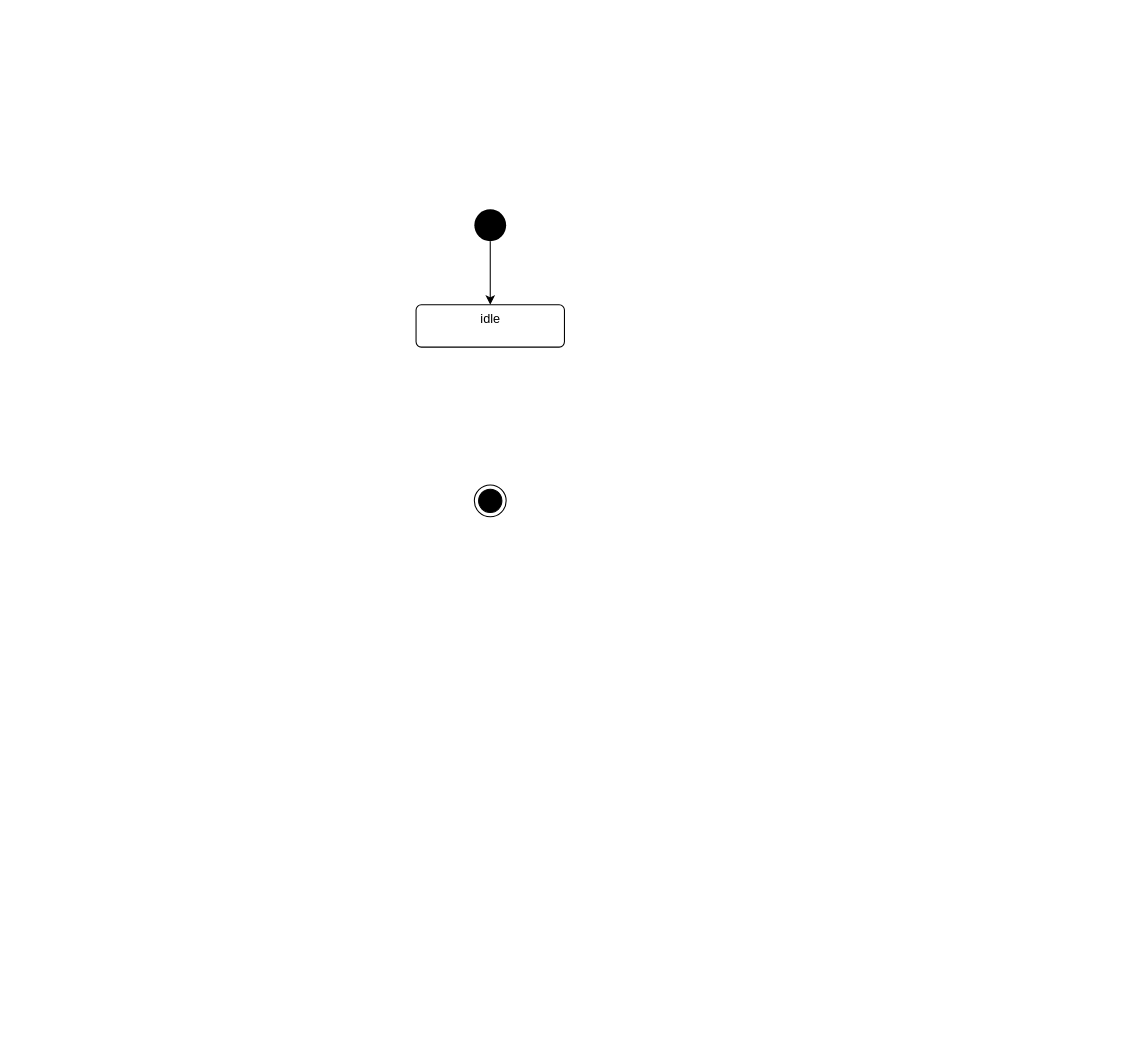
This is page "状态机" (5 of 5) of Design/design.drawio from HZC-AND/LORA_WLAN, a draw.io file, before an edit. Source tidied: cells renumbered, new cells numbered last; positions are measured from the earlier drawing's top-left corner, leaving out a move shared by most shapes. Both pictures are drawn from the tidied source at 106%, with x=0, y=0 at pixel (416, 209).
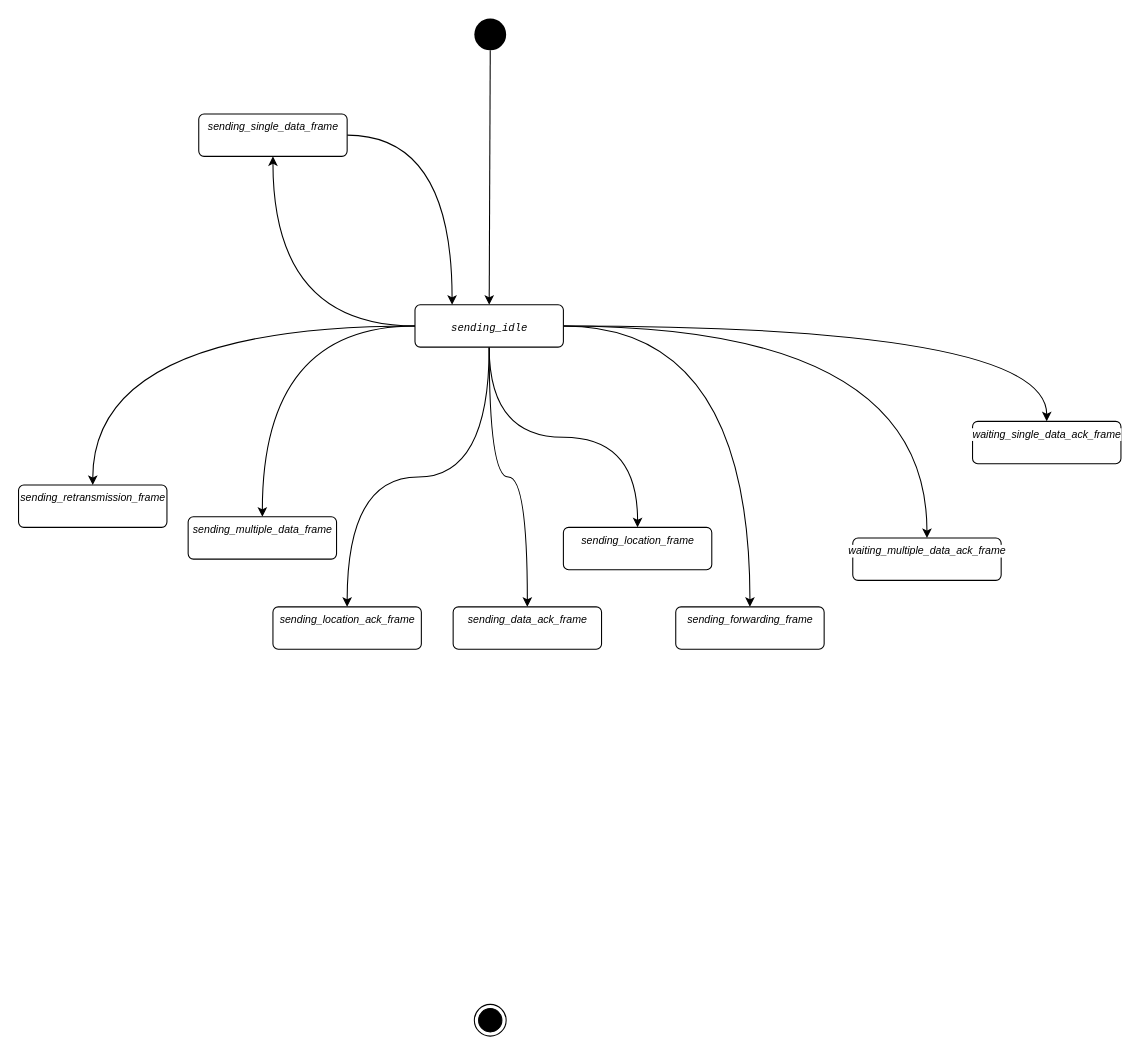
The same page after the edit.

Change to the diagram source:
```diff
@@
     <mxCell id="3" style="ellipse;fillColor=#000000;strokeColor=none;" parent="1" vertex="1">
-      <mxGeometry x="55" width="30" height="30" as="geometry" />
+      <mxGeometry x="55" y="-180" width="30" height="30" as="geometry" />
     </mxCell>
     <mxCell id="4" style="ellipse;html=1;shape=endState;fillColor=#000000;strokeColor=#000000;" parent="1" vertex="1">
-      <mxGeometry x="55" y="260" width="30" height="30" as="geometry" />
+      <mxGeometry x="55" y="750" width="30" height="30" as="geometry" />
     </mxCell>
+    <mxCell id="6" style="edgeStyle=orthogonalEdgeStyle;rounded=0;jettySize=auto;html=1;entryX=0.5;entryY=1;entryDx=0;entryDy=0;fontFamily=Helvetica;fontSize=10;fontColor=#000000;curved=1;" parent="1" edge="1" source="5" target="16">
+      <mxGeometry relative="1" as="geometry" />
+    </mxCell>
+    <mxCell id="7" style="edgeStyle=orthogonalEdgeStyle;curved=1;rounded=0;jettySize=auto;html=1;entryX=0.5;entryY=0;entryDx=0;entryDy=0;fontFamily=Helvetica;fontSize=10;fontColor=#000000;" parent="1" edge="1" source="5" target="19">
+      <mxGeometry relative="1" as="geometry" />
+    </mxCell>
+    <mxCell id="8" style="edgeStyle=orthogonalEdgeStyle;curved=1;rounded=0;jettySize=auto;html=1;entryX=0.5;entryY=0;entryDx=0;entryDy=0;fontFamily=Helvetica;fontSize=10;fontColor=#000000;" parent="1" edge="1" source="5" target="17">
+      <mxGeometry relative="1" as="geometry" />
+    </mxCell>
+    <mxCell id="9" style="edgeStyle=orthogonalEdgeStyle;curved=1;rounded=0;jettySize=auto;html=1;entryX=0.5;entryY=0;entryDx=0;entryDy=0;fontFamily=Helvetica;fontSize=10;fontColor=#000000;" parent="1" edge="1" source="5" target="23">
+      <mxGeometry relative="1" as="geometry" />
+    </mxCell>
+    <mxCell id="10" style="edgeStyle=orthogonalEdgeStyle;curved=1;rounded=0;jettySize=auto;html=1;entryX=0.5;entryY=0;entryDx=0;entryDy=0;fontFamily=Helvetica;fontSize=10;fontColor=#000000;" parent="1" edge="1" source="5" target="21">
+      <mxGeometry relative="1" as="geometry" />
+    </mxCell>
+    <mxCell id="11" style="edgeStyle=orthogonalEdgeStyle;curved=1;rounded=0;jettySize=auto;html=1;entryX=0.5;entryY=0;entryDx=0;entryDy=0;fontFamily=Helvetica;fontSize=10;fontColor=#000000;" parent="1" edge="1" source="5" target="18">
+      <mxGeometry relative="1" as="geometry" />
+    </mxCell>
+    <mxCell id="12" style="edgeStyle=orthogonalEdgeStyle;curved=1;rounded=0;jettySize=auto;html=1;entryX=0.5;entryY=0;entryDx=0;entryDy=0;fontFamily=Helvetica;fontSize=10;fontColor=#000000;" parent="1" edge="1" source="5" target="20">
+      <mxGeometry relative="1" as="geometry" />
+    </mxCell>
+    <mxCell id="13" style="edgeStyle=orthogonalEdgeStyle;curved=1;rounded=0;jettySize=auto;html=1;entryX=0.5;entryY=0;entryDx=0;entryDy=0;fontFamily=Helvetica;fontSize=10;fontColor=#000000;" parent="1" edge="1" source="5" target="22">
+      <mxGeometry relative="1" as="geometry" />
+    </mxCell>
+    <mxCell id="14" style="edgeStyle=orthogonalEdgeStyle;curved=1;rounded=0;jettySize=auto;html=1;entryX=0.5;entryY=0;entryDx=0;entryDy=0;fontFamily=Helvetica;fontSize=10;fontColor=#000000;" parent="1" edge="1" source="5" target="24">
+      <mxGeometry relative="1" as="geometry" />
+    </mxCell>
-    <mxCell id="5" value="idle" style="html=1;align=center;verticalAlign=top;rounded=1;absoluteArcSize=1;arcSize=10;dashed=0;" parent="1" vertex="1">
-      <mxGeometry y="90" width="140" height="40" as="geometry" />
+    <mxCell id="5" value="&lt;div style=&quot;background-color: rgb(255, 255, 255); font-family: &amp;quot;JetBrains Mono&amp;quot;, monospace; font-size: 10px;&quot;&gt;&lt;pre style=&quot;font-size: 10px;&quot;&gt;&lt;span style=&quot;font-style: italic; font-size: 10px;&quot;&gt;sending_idle&lt;/span&gt;&lt;/pre&gt;&lt;/div&gt;" style="html=1;align=center;verticalAlign=top;rounded=1;absoluteArcSize=1;arcSize=10;dashed=0;fontSize=10;fontColor=#000000;" parent="1" vertex="1">
+      <mxGeometry x="-1" y="90" width="140" height="40" as="geometry" />
     </mxCell>
+    <mxCell id="15" style="edgeStyle=orthogonalEdgeStyle;curved=1;rounded=0;jettySize=auto;html=1;fontFamily=Helvetica;fontSize=10;fontColor=#000000;entryX=0.25;entryY=0;entryDx=0;entryDy=0;" parent="1" edge="1" source="16" target="5">
+      <mxGeometry relative="1" as="geometry" />
+    </mxCell>
+    <mxCell id="16" value="&lt;div style=&quot;font-size: 10px;&quot;&gt;&lt;div style=&quot;font-size: 10px;&quot;&gt;&lt;span style=&quot;font-style: italic; font-size: 10px;&quot;&gt;sending_single_data_frame&lt;/span&gt;&lt;/div&gt;&lt;/div&gt;" style="html=1;align=center;verticalAlign=top;rounded=1;absoluteArcSize=1;arcSize=10;dashed=0;labelBackgroundColor=default;labelBorderColor=none;fontFamily=Helvetica;fontSize=10;fontColor=#000000;" parent="1" vertex="1">
+      <mxGeometry x="-205" y="-90" width="140" height="40" as="geometry" />
+    </mxCell>
+    <mxCell id="17" value="&lt;div style=&quot;font-size: 10px;&quot;&gt;&lt;div style=&quot;font-size: 10px;&quot;&gt;&lt;div style=&quot;font-size: 10px;&quot;&gt;&lt;div style=&quot;font-size: 10px;&quot;&gt;&lt;span style=&quot;font-style: italic; font-size: 10px;&quot;&gt;sending_multiple_data_frame&lt;/span&gt;&lt;/div&gt;&lt;/div&gt;&lt;/div&gt;&lt;/div&gt;" style="html=1;align=center;verticalAlign=top;rounded=1;absoluteArcSize=1;arcSize=10;dashed=0;labelBackgroundColor=default;labelBorderColor=none;fontFamily=Helvetica;fontSize=10;fontColor=#000000;" parent="1" vertex="1">
+      <mxGeometry x="-215" y="290" width="140" height="40" as="geometry" />
+    </mxCell>
+    <mxCell id="18" value="&lt;div style=&quot;font-size: 10px;&quot;&gt;&lt;div style=&quot;font-size: 10px;&quot;&gt;&lt;div style=&quot;font-size: 10px;&quot;&gt;&lt;div style=&quot;font-size: 10px;&quot;&gt;&lt;div style=&quot;font-size: 10px;&quot;&gt;&lt;div style=&quot;font-size: 10px;&quot;&gt;&lt;span style=&quot;font-style: italic; font-size: 10px;&quot;&gt;sending_data_ack_frame&lt;/span&gt;&lt;/div&gt;&lt;/div&gt;&lt;/div&gt;&lt;/div&gt;&lt;/div&gt;&lt;/div&gt;" style="html=1;align=center;verticalAlign=top;rounded=1;absoluteArcSize=1;arcSize=10;dashed=0;labelBackgroundColor=default;labelBorderColor=none;fontFamily=Helvetica;fontSize=10;fontColor=#000000;" parent="1" vertex="1">
+      <mxGeometry x="35" y="375" width="140" height="40" as="geometry" />
+    </mxCell>
+    <mxCell id="19" value="&lt;div style=&quot;font-size: 10px;&quot;&gt;&lt;div style=&quot;font-size: 10px;&quot;&gt;&lt;div style=&quot;font-size: 10px;&quot;&gt;&lt;div style=&quot;font-size: 10px;&quot;&gt;&lt;div style=&quot;font-size: 10px;&quot;&gt;&lt;div style=&quot;font-size: 10px;&quot;&gt;&lt;div style=&quot;font-size: 10px;&quot;&gt;&lt;div style=&quot;font-size: 10px;&quot;&gt;&lt;span style=&quot;font-style: italic; font-size: 10px;&quot;&gt;sending_retransmission_frame&lt;/span&gt;&lt;/div&gt;&lt;/div&gt;&lt;/div&gt;&lt;/div&gt;&lt;/div&gt;&lt;/div&gt;&lt;/div&gt;&lt;/div&gt;" style="html=1;align=center;verticalAlign=top;rounded=1;absoluteArcSize=1;arcSize=10;dashed=0;labelBackgroundColor=default;labelBorderColor=none;fontFamily=Helvetica;fontSize=10;fontColor=#000000;" parent="1" vertex="1">
+      <mxGeometry x="-375" y="260" width="140" height="40" as="geometry" />
+    </mxCell>
+    <mxCell id="20" value="&lt;div style=&quot;font-size: 10px;&quot;&gt;&lt;div style=&quot;font-size: 10px;&quot;&gt;&lt;div style=&quot;font-size: 10px;&quot;&gt;&lt;div style=&quot;font-size: 10px;&quot;&gt;&lt;div style=&quot;font-size: 10px;&quot;&gt;&lt;div style=&quot;font-size: 10px;&quot;&gt;&lt;div style=&quot;font-size: 10px;&quot;&gt;&lt;div style=&quot;font-size: 10px;&quot;&gt;&lt;span style=&quot;font-style: italic; font-size: 10px;&quot;&gt;sending_location_frame&lt;/span&gt;&lt;/div&gt;&lt;/div&gt;&lt;/div&gt;&lt;/div&gt;&lt;/div&gt;&lt;/div&gt;&lt;/div&gt;&lt;/div&gt;" style="html=1;align=center;verticalAlign=top;rounded=1;absoluteArcSize=1;arcSize=10;dashed=0;labelBackgroundColor=default;labelBorderColor=none;fontFamily=Helvetica;fontSize=10;fontColor=#000000;" parent="1" vertex="1">
+      <mxGeometry x="139" y="300" width="140" height="40" as="geometry" />
+    </mxCell>
+    <mxCell id="21" value="&lt;div style=&quot;font-size: 10px;&quot;&gt;&lt;div style=&quot;font-size: 10px;&quot;&gt;&lt;div style=&quot;font-size: 10px;&quot;&gt;&lt;div style=&quot;font-size: 10px;&quot;&gt;&lt;div style=&quot;font-size: 10px;&quot;&gt;&lt;div style=&quot;font-size: 10px;&quot;&gt;&lt;div style=&quot;font-size: 10px;&quot;&gt;&lt;div style=&quot;font-size: 10px;&quot;&gt;&lt;div style=&quot;font-size: 10px;&quot;&gt;&lt;div style=&quot;font-size: 10px;&quot;&gt;&lt;span style=&quot;font-style: italic; font-size: 10px;&quot;&gt;sending_location_ack_frame&lt;/span&gt;&lt;/div&gt;&lt;/div&gt;&lt;/div&gt;&lt;/div&gt;&lt;/div&gt;&lt;/div&gt;&lt;/div&gt;&lt;/div&gt;&lt;/div&gt;&lt;/div&gt;" style="html=1;align=center;verticalAlign=top;rounded=1;absoluteArcSize=1;arcSize=10;dashed=0;labelBackgroundColor=default;labelBorderColor=none;fontFamily=Helvetica;fontSize=10;fontColor=#000000;" parent="1" vertex="1">
+      <mxGeometry x="-135" y="375" width="140" height="40" as="geometry" />
+    </mxCell>
+    <mxCell id="22" value="&lt;div style=&quot;font-size: 10px;&quot;&gt;&lt;div style=&quot;font-size: 10px;&quot;&gt;&lt;div style=&quot;font-size: 10px;&quot;&gt;&lt;div style=&quot;font-size: 10px;&quot;&gt;&lt;div style=&quot;font-size: 10px;&quot;&gt;&lt;div style=&quot;font-size: 10px;&quot;&gt;&lt;div style=&quot;font-size: 10px;&quot;&gt;&lt;div style=&quot;font-size: 10px;&quot;&gt;&lt;div style=&quot;font-size: 10px;&quot;&gt;&lt;div style=&quot;font-size: 10px;&quot;&gt;&lt;div style=&quot;font-size: 10px;&quot;&gt;&lt;div style=&quot;font-size: 10px;&quot;&gt;&lt;span style=&quot;font-style: italic; font-size: 10px;&quot;&gt;sending_forwarding_frame&lt;/span&gt;&lt;/div&gt;&lt;/div&gt;&lt;/div&gt;&lt;/div&gt;&lt;/div&gt;&lt;/div&gt;&lt;/div&gt;&lt;/div&gt;&lt;/div&gt;&lt;/div&gt;&lt;/div&gt;&lt;/div&gt;" style="html=1;align=center;verticalAlign=top;rounded=1;absoluteArcSize=1;arcSize=10;dashed=0;labelBackgroundColor=default;labelBorderColor=none;fontFamily=Helvetica;fontSize=10;fontColor=#000000;" parent="1" vertex="1">
+      <mxGeometry x="245" y="375" width="140" height="40" as="geometry" />
+    </mxCell>
+    <mxCell id="23" value="&lt;div style=&quot;font-size: 10px;&quot;&gt;&lt;div style=&quot;font-size: 10px;&quot;&gt;&lt;div style=&quot;font-size: 10px;&quot;&gt;&lt;div style=&quot;font-size: 10px;&quot;&gt;&lt;div style=&quot;font-size: 10px;&quot;&gt;&lt;div style=&quot;font-size: 10px;&quot;&gt;&lt;div style=&quot;font-size: 10px;&quot;&gt;&lt;div style=&quot;font-size: 10px;&quot;&gt;&lt;div style=&quot;font-size: 10px;&quot;&gt;&lt;div style=&quot;font-size: 10px;&quot;&gt;&lt;div style=&quot;font-size: 10px;&quot;&gt;&lt;div style=&quot;font-size: 10px;&quot;&gt;&lt;div style=&quot;font-size: 10px;&quot;&gt;&lt;div style=&quot;font-size: 10px;&quot;&gt;&lt;span style=&quot;font-style: italic; font-size: 10px;&quot;&gt;waiting_single_data_ack_frame&lt;/span&gt;&lt;/div&gt;&lt;/div&gt;&lt;/div&gt;&lt;/div&gt;&lt;/div&gt;&lt;/div&gt;&lt;/div&gt;&lt;/div&gt;&lt;/div&gt;&lt;/div&gt;&lt;/div&gt;&lt;/div&gt;&lt;/div&gt;&lt;/div&gt;" style="html=1;align=center;verticalAlign=top;rounded=1;absoluteArcSize=1;arcSize=10;dashed=0;labelBackgroundColor=default;labelBorderColor=none;fontFamily=Helvetica;fontSize=10;fontColor=#000000;" parent="1" vertex="1">
+      <mxGeometry x="525" y="200" width="140" height="40" as="geometry" />
+    </mxCell>
+    <mxCell id="24" value="&lt;div style=&quot;font-size: 10px;&quot;&gt;&lt;div style=&quot;font-size: 10px;&quot;&gt;&lt;div style=&quot;font-size: 10px;&quot;&gt;&lt;div style=&quot;font-size: 10px;&quot;&gt;&lt;div style=&quot;font-size: 10px;&quot;&gt;&lt;div style=&quot;font-size: 10px;&quot;&gt;&lt;div style=&quot;font-size: 10px;&quot;&gt;&lt;div style=&quot;font-size: 10px;&quot;&gt;&lt;div style=&quot;font-size: 10px;&quot;&gt;&lt;div style=&quot;font-size: 10px;&quot;&gt;&lt;div style=&quot;font-size: 10px;&quot;&gt;&lt;div style=&quot;font-size: 10px;&quot;&gt;&lt;div style=&quot;font-size: 10px;&quot;&gt;&lt;div style=&quot;font-size: 10px;&quot;&gt;&lt;div style=&quot;font-size: 10px;&quot;&gt;&lt;div style=&quot;font-size: 10px;&quot;&gt;&lt;span style=&quot;font-style: italic; font-size: 10px;&quot;&gt;waiting_multiple_data_ack_frame&lt;/span&gt;&lt;/div&gt;&lt;/div&gt;&lt;/div&gt;&lt;/div&gt;&lt;/div&gt;&lt;/div&gt;&lt;/div&gt;&lt;/div&gt;&lt;/div&gt;&lt;/div&gt;&lt;/div&gt;&lt;/div&gt;&lt;/div&gt;&lt;/div&gt;&lt;/div&gt;&lt;/div&gt;" style="html=1;align=center;verticalAlign=top;rounded=1;absoluteArcSize=1;arcSize=10;dashed=0;labelBackgroundColor=default;labelBorderColor=none;fontFamily=Helvetica;fontSize=10;fontColor=#000000;" parent="1" vertex="1">
+      <mxGeometry x="412" y="310" width="140" height="40" as="geometry" />
+    </mxCell>
```
